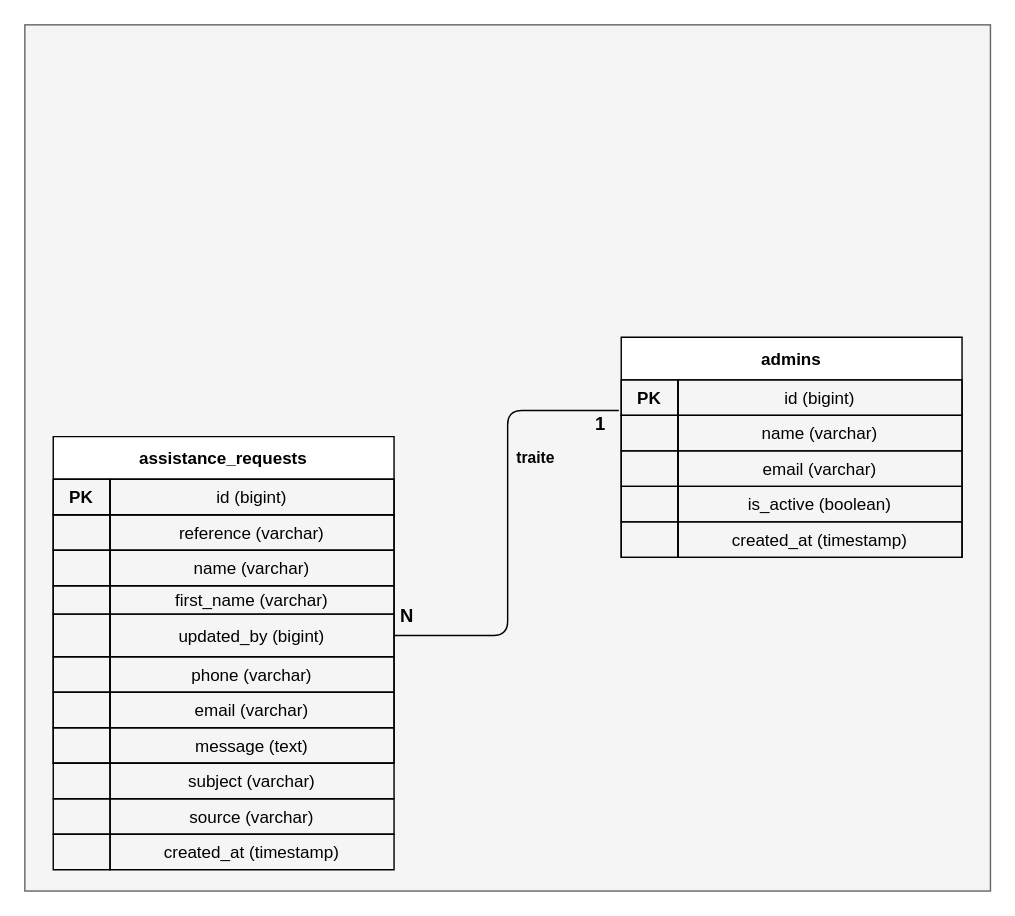
This is diagramme/sprint5/classe.drawio from salmaelheni/pfe-salma-ingenieur-rapport, a draw.io file, before an edit. Source tidied: cells renumbered, new cells numbered last; positions are measured from the earlier drawing's top-left corner, leaving out a move shared by most shapes. Both pictures are drawn from the tidied source at 142%, with x=0, y=0 at pixel (24, 24).
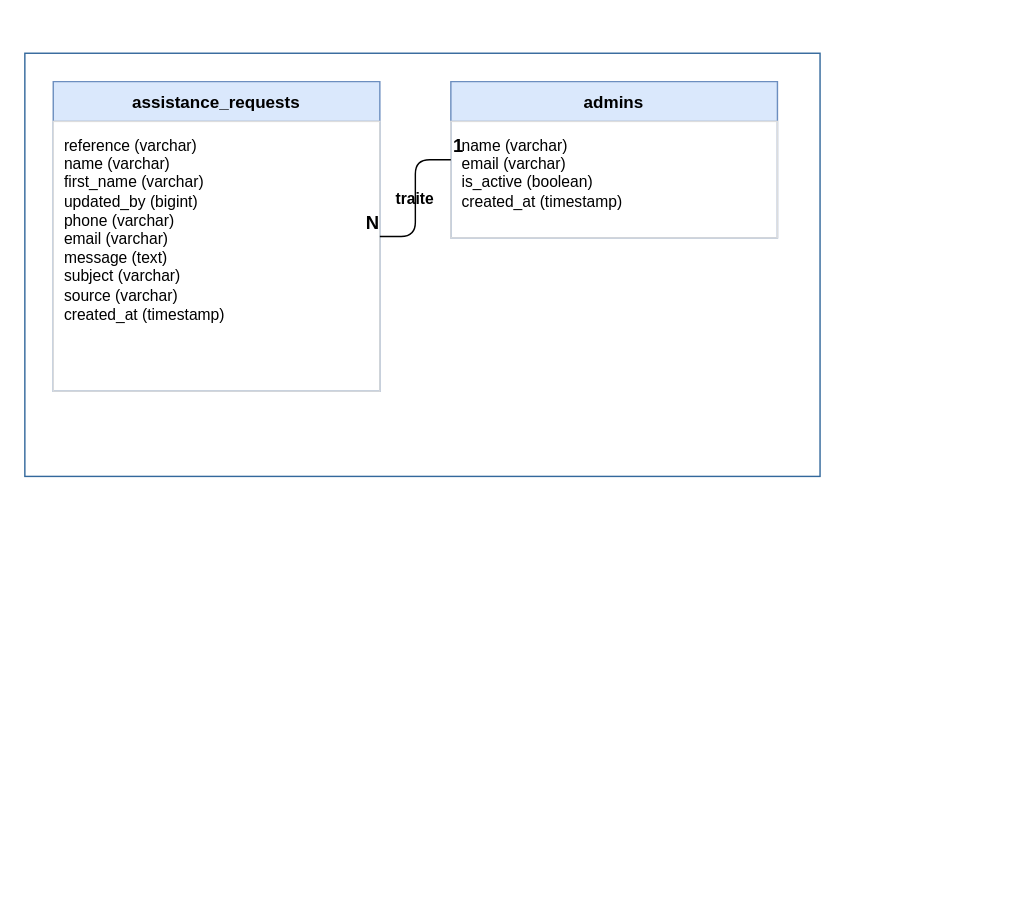
After the change.

The edit, as a diff of the source:
```diff
@@
-    <mxCell id="2" style="rounded=0;whiteSpace=wrap;html=1;fillColor=#f5f5f5;fontColor=#333333;strokeColor=#666666;" parent="1" vertex="1">
-      <mxGeometry width="680" height="610" as="geometry" />
-    </mxCell>
+    <mxCell id="54" style="rounded=0;whiteSpace=wrap;html=1;fillColor=#ffffff;strokeColor=#33689C;" parent="1" vertex="1">
+      <mxGeometry y="20" width="560" height="298" as="geometry" />
+    </mxCell>
+    <mxCell id="19" value="assistance_requests" style="shape=table;startSize=28;childLayout=tableLayout;fillColor=#dae8fc;strokeColor=#6c8ebf;fontStyle=1;fontSize=12;align=center;" parent="1" vertex="1">
+      <mxGeometry x="20" y="40" width="230" height="218" as="geometry" />
+    </mxCell>
+    <mxCell id="55" value="reference (varchar)&lt;br&gt;name (varchar)&lt;br&gt;first_name (varchar)&lt;br&gt;updated_by (bigint)&lt;br&gt;phone (varchar)&lt;br&gt;email (varchar)&lt;br&gt;message (text)&lt;br&gt;subject (varchar)&lt;br&gt;source (varchar)&lt;br&gt;created_at (timestamp)" style="text;html=1;strokeColor=#dddddd;fillColor=none;align=left;verticalAlign=top;spacingLeft=6;spacingTop=4;overflow=hidden;fontSize=11;" parent="19" vertex="1">
+      <mxGeometry y="28" width="230" height="190" as="geometry" />
+    </mxCell>
-    <mxCell id="3" value="admins" style="shape=table;startSize=30;childLayout=tableLayout;rowLines=0;fontStyle=1;align=center;labelBackgroundColor=none;" parent="1" vertex="1">
-      <mxGeometry x="420" y="220" width="240" height="155" as="geometry" />
+    <mxCell id="3" value="admins" style="shape=table;startSize=28;childLayout=tableLayout;fillColor=#dae8fc;strokeColor=#6c8ebf;fontStyle=1;fontSize=12;align=center;" parent="1" vertex="1">
+      <mxGeometry x="300" y="40" width="230" height="110" as="geometry" />
     </mxCell>
-    <mxCell id="4" style="shape=tableRow;horizontal=0;startSize=0;swimlaneHead=0;swimlaneBody=0;fillColor=none;points=[[0,0.5],[1,0.5]];portConstraint=eastwest;top=0;left=0;right=0;bottom=1;labelBackgroundColor=none;" parent="3" vertex="1">
-      <mxGeometry y="30" width="240" height="25" as="geometry" />
-    </mxCell>
-    <mxCell id="5" value="PK" style="shape=partialRectangle;fillColor=none;fontStyle=1;overflow=hidden;labelBackgroundColor=none;" parent="4" vertex="1">
-      <mxGeometry width="40" height="25" as="geometry" />
-    </mxCell>
-    <mxCell id="6" value="id (bigint)" style="shape=partialRectangle;fillColor=none;overflow=hidden;labelBackgroundColor=none;" parent="4" vertex="1">
-      <mxGeometry x="40" width="200" height="25" as="geometry" />
-    </mxCell>
-    <mxCell id="7" style="shape=tableRow;horizontal=0;startSize=0;swimlaneHead=0;swimlaneBody=0;fillColor=none;top=0;left=0;right=0;bottom=0;labelBackgroundColor=none;" parent="3" vertex="1">
-      <mxGeometry y="55" width="240" height="25" as="geometry" />
-    </mxCell>
-    <mxCell id="8" style="shape=partialRectangle;fillColor=none;overflow=hidden;labelBackgroundColor=none;" parent="7" vertex="1">
-      <mxGeometry width="40" height="25" as="geometry" />
-    </mxCell>
-    <mxCell id="9" value="name (varchar)" style="shape=partialRectangle;fillColor=none;overflow=hidden;labelBackgroundColor=none;" parent="7" vertex="1">
-      <mxGeometry x="40" width="200" height="25" as="geometry" />
-    </mxCell>
-    <mxCell id="10" style="shape=tableRow;horizontal=0;startSize=0;swimlaneHead=0;swimlaneBody=0;fillColor=none;top=0;left=0;right=0;bottom=0;labelBackgroundColor=none;" parent="3" vertex="1">
-      <mxGeometry y="80" width="240" height="25" as="geometry" />
-    </mxCell>
-    <mxCell id="11" style="shape=partialRectangle;fillColor=none;overflow=hidden;labelBackgroundColor=none;" parent="10" vertex="1">
-      <mxGeometry width="40" height="25" as="geometry" />
-    </mxCell>
-    <mxCell id="12" value="email (varchar)" style="shape=partialRectangle;fillColor=none;overflow=hidden;labelBackgroundColor=none;" parent="10" vertex="1">
-      <mxGeometry x="40" width="200" height="25" as="geometry" />
-    </mxCell>
-    <mxCell id="13" style="shape=tableRow;horizontal=0;startSize=0;swimlaneHead=0;swimlaneBody=0;fillColor=none;top=0;left=0;right=0;bottom=0;labelBackgroundColor=none;" parent="3" vertex="1">
-      <mxGeometry y="105" width="240" height="25" as="geometry" />
-    </mxCell>
-    <mxCell id="14" style="shape=partialRectangle;fillColor=none;overflow=hidden;labelBackgroundColor=none;" parent="13" vertex="1">
-      <mxGeometry width="40" height="25" as="geometry" />
-    </mxCell>
-    <mxCell id="15" value="is_active (boolean)" style="shape=partialRectangle;fillColor=none;overflow=hidden;labelBackgroundColor=none;" parent="13" vertex="1">
-      <mxGeometry x="40" width="200" height="25" as="geometry" />
-    </mxCell>
-    <mxCell id="16" style="shape=tableRow;horizontal=0;startSize=0;swimlaneHead=0;swimlaneBody=0;fillColor=none;top=0;left=0;right=0;bottom=0;labelBackgroundColor=none;" parent="3" vertex="1">
-      <mxGeometry y="130" width="240" height="25" as="geometry" />
-    </mxCell>
-    <mxCell id="17" style="shape=partialRectangle;fillColor=none;overflow=hidden;labelBackgroundColor=none;" parent="16" vertex="1">
-      <mxGeometry width="40" height="25" as="geometry" />
-    </mxCell>
-    <mxCell id="18" value="created_at (timestamp)" style="shape=partialRectangle;fillColor=none;overflow=hidden;labelBackgroundColor=none;" parent="16" vertex="1">
-      <mxGeometry x="40" width="200" height="25" as="geometry" />
-    </mxCell>
-    <mxCell id="19" value="assistance_requests" style="shape=table;startSize=30;childLayout=tableLayout;rowLines=0;fontStyle=1;align=center;labelBackgroundColor=none;" parent="1" vertex="1">
-      <mxGeometry x="20" y="290" width="240" height="230" as="geometry" />
-    </mxCell>
-    <mxCell id="20" style="shape=tableRow;horizontal=0;startSize=0;swimlaneHead=0;swimlaneBody=0;fillColor=none;top=0;left=0;right=0;bottom=1;labelBackgroundColor=none;" parent="19" vertex="1">
-      <mxGeometry y="30" width="240" height="25" as="geometry" />
-    </mxCell>
-    <mxCell id="21" value="PK" style="shape=partialRectangle;fillColor=none;fontStyle=1;overflow=hidden;labelBackgroundColor=none;" parent="20" vertex="1">
-      <mxGeometry width="40" height="25" as="geometry" />
-    </mxCell>
-    <mxCell id="22" value="id (bigint)" style="shape=partialRectangle;fillColor=none;overflow=hidden;labelBackgroundColor=none;" parent="20" vertex="1">
-      <mxGeometry x="40" width="200" height="25" as="geometry" />
-    </mxCell>
-    <mxCell id="23" style="shape=tableRow;horizontal=0;startSize=0;swimlaneHead=0;swimlaneBody=0;fillColor=none;top=0;left=0;right=0;bottom=0;labelBackgroundColor=none;" parent="19" vertex="1">
-      <mxGeometry y="55" width="240" height="25" as="geometry" />
-    </mxCell>
-    <mxCell id="24" style="shape=partialRectangle;fillColor=none;overflow=hidden;labelBackgroundColor=none;" parent="23" vertex="1">
-      <mxGeometry width="40" height="25" as="geometry" />
-    </mxCell>
-    <mxCell id="25" value="reference (varchar)" style="shape=partialRectangle;fillColor=none;overflow=hidden;labelBackgroundColor=none;" parent="23" vertex="1">
-      <mxGeometry x="40" width="200" height="25" as="geometry" />
-    </mxCell>
-    <mxCell id="26" style="shape=tableRow;horizontal=0;startSize=0;swimlaneHead=0;swimlaneBody=0;fillColor=none;top=0;left=0;right=0;bottom=0;labelBackgroundColor=none;" parent="19" vertex="1">
-      <mxGeometry y="80" width="240" height="25" as="geometry" />
-    </mxCell>
-    <mxCell id="27" style="shape=partialRectangle;fillColor=none;overflow=hidden;labelBackgroundColor=none;" parent="26" vertex="1">
-      <mxGeometry width="40" height="25" as="geometry" />
-    </mxCell>
-    <mxCell id="28" value="name (varchar)" style="shape=partialRectangle;fillColor=none;overflow=hidden;labelBackgroundColor=none;" parent="26" vertex="1">
-      <mxGeometry x="40" width="200" height="25" as="geometry" />
-    </mxCell>
-    <mxCell id="29" style="shape=tableRow;horizontal=0;startSize=0;swimlaneHead=0;swimlaneBody=0;fillColor=none;top=0;left=0;right=0;bottom=0;labelBackgroundColor=none;" parent="19" vertex="1">
-      <mxGeometry y="105" width="240" height="20" as="geometry" />
-    </mxCell>
-    <mxCell id="30" style="shape=partialRectangle;fillColor=none;overflow=hidden;labelBackgroundColor=none;" parent="29" vertex="1">
-      <mxGeometry width="40" height="20" as="geometry" />
-    </mxCell>
-    <mxCell id="31" value="first_name (varchar)" style="shape=partialRectangle;fillColor=none;overflow=hidden;labelBackgroundColor=none;" parent="29" vertex="1">
-      <mxGeometry x="40" width="200" height="20" as="geometry" />
-    </mxCell>
-    <mxCell id="32" style="shape=tableRow;horizontal=0;startSize=0;swimlaneHead=0;swimlaneBody=0;fillColor=none;points=[[0,0.5],[1,0.5]];portConstraint=eastwest;top=0;left=0;right=0;bottom=0;labelBackgroundColor=none;" parent="19" vertex="1">
-      <mxGeometry y="125" width="240" height="30" as="geometry" />
-    </mxCell>
-    <mxCell id="33" style="shape=partialRectangle;fillColor=none;overflow=hidden;labelBackgroundColor=none;" parent="32" vertex="1">
-      <mxGeometry width="40" height="30" as="geometry" />
-    </mxCell>
-    <mxCell id="34" value="updated_by (bigint)" style="shape=partialRectangle;fillColor=none;overflow=hidden;labelBackgroundColor=none;" parent="32" vertex="1">
-      <mxGeometry x="40" width="200" height="30" as="geometry" />
-    </mxCell>
-    <mxCell id="35" style="shape=tableRow;horizontal=0;startSize=0;swimlaneHead=0;swimlaneBody=0;fillColor=none;top=0;left=0;right=0;bottom=0;labelBackgroundColor=none;" parent="19" vertex="1">
-      <mxGeometry y="155" width="240" height="25" as="geometry" />
-    </mxCell>
-    <mxCell id="36" style="shape=partialRectangle;fillColor=none;overflow=hidden;labelBackgroundColor=none;" parent="35" vertex="1">
-      <mxGeometry width="40" height="25" as="geometry" />
-    </mxCell>
-    <mxCell id="37" value="phone (varchar)" style="shape=partialRectangle;fillColor=none;overflow=hidden;labelBackgroundColor=none;" parent="35" vertex="1">
-      <mxGeometry x="40" width="200" height="25" as="geometry" />
-    </mxCell>
-    <mxCell id="38" style="shape=tableRow;horizontal=0;startSize=0;swimlaneHead=0;swimlaneBody=0;fillColor=none;top=0;left=0;right=0;bottom=0;labelBackgroundColor=none;" parent="19" vertex="1">
-      <mxGeometry y="180" width="240" height="25" as="geometry" />
-    </mxCell>
-    <mxCell id="39" style="shape=partialRectangle;fillColor=none;overflow=hidden;labelBackgroundColor=none;" parent="38" vertex="1">
-      <mxGeometry width="40" height="25" as="geometry" />
-    </mxCell>
-    <mxCell id="40" value="email (varchar)" style="shape=partialRectangle;fillColor=none;overflow=hidden;labelBackgroundColor=none;" parent="38" vertex="1">
-      <mxGeometry x="40" width="200" height="25" as="geometry" />
-    </mxCell>
-    <mxCell id="41" style="shape=tableRow;horizontal=0;startSize=0;swimlaneHead=0;swimlaneBody=0;fillColor=none;top=0;left=0;right=0;bottom=0;labelBackgroundColor=none;" parent="19" vertex="1">
-      <mxGeometry y="205" width="240" height="25" as="geometry" />
-    </mxCell>
-    <mxCell id="42" style="shape=partialRectangle;fillColor=none;overflow=hidden;labelBackgroundColor=none;" parent="41" vertex="1">
-      <mxGeometry width="40" height="25" as="geometry" />
-    </mxCell>
-    <mxCell id="43" value="message (text)" style="shape=partialRectangle;fillColor=none;overflow=hidden;labelBackgroundColor=none;" parent="41" vertex="1">
-      <mxGeometry x="40" width="200" height="25" as="geometry" />
-    </mxCell>
-    <mxCell id="44" style="shape=partialRectangle;fillColor=none;overflow=hidden;labelBackgroundColor=none;" parent="1" vertex="1">
-      <mxGeometry x="20" y="520" width="40" height="25" as="geometry" />
-    </mxCell>
-    <mxCell id="45" value="subject (varchar)" style="shape=partialRectangle;fillColor=none;overflow=hidden;labelBackgroundColor=none;" parent="1" vertex="1">
-      <mxGeometry x="60" y="520" width="200" height="25" as="geometry" />
-    </mxCell>
-    <mxCell id="46" style="shape=partialRectangle;fillColor=none;overflow=hidden;labelBackgroundColor=none;" parent="1" vertex="1">
-      <mxGeometry x="20" y="545" width="40" height="25" as="geometry" />
-    </mxCell>
-    <mxCell id="47" value="source (varchar)" style="shape=partialRectangle;fillColor=none;overflow=hidden;labelBackgroundColor=none;" parent="1" vertex="1">
-      <mxGeometry x="60" y="545" width="200" height="25" as="geometry" />
-    </mxCell>
-    <mxCell id="48" style="edgeStyle=orthogonalEdgeStyle;rounded=1;jettySize=auto;html=1;entryX=1;entryY=0.5;entryDx=0;entryDy=0;endArrow=none;endFill=0;curved=0;exitX=-0.007;exitY=0.864;exitDx=0;exitDy=0;exitPerimeter=0;" parent="1" edge="1" source="4" target="32">
-      <mxGeometry relative="1" as="geometry" />
-    </mxCell>
+    <mxCell id="56" value="name (varchar)&lt;br&gt;email (varchar)&lt;br&gt;is_active (boolean)&lt;br&gt;created_at (timestamp)" style="text;html=1;strokeColor=#dddddd;fillColor=none;align=left;verticalAlign=top;spacingLeft=6;spacingTop=4;overflow=hidden;fontSize=11;" parent="3" vertex="1">
+      <mxGeometry y="28" width="230" height="82" as="geometry" />
+    </mxCell>
-    <mxCell id="49" value="&lt;span style=&quot;font-size: 11px; text-wrap-mode: nowrap;&quot;&gt;&lt;b&gt;traite&lt;/b&gt;&lt;/span&gt;" style="text;html=1;whiteSpace=wrap;strokeColor=none;fillColor=none;align=center;verticalAlign=middle;rounded=0;" parent="1" vertex="1">
-      <mxGeometry x="330" y="290" width="60" height="30" as="geometry" />
+    <mxCell id="49" value="traite" style="edgeStyle=orthogonalEdgeStyle;endArrow=none;startArrow=none;fontSize=11;fontStyle=1;labelBackgroundColor=none;fontColor=default;" parent="1" edge="1" source="3" target="19">
+      <mxGeometry relative="1" as="geometry" />
     </mxCell>
+    <mxCell id="51" value="1" style="html=1;align=left;verticalAlign=bottom;labelBackgroundColor=none;fontSize=13;fontStyle=1;" parent="49" vertex="1">
+      <mxGeometry x="-1" relative="1" as="geometry" />
+    </mxCell>
-    <mxCell id="50" value="N" style="html=1;align=right;verticalAlign=bottom;labelBackgroundColor=none;fontSize=13;fontStyle=1;" parent="1" vertex="1">
-      <mxGeometry x="276" y="410" as="geometry">
-        <mxPoint x="-2" y="16" as="offset" />
-      </mxGeometry>
+    <mxCell id="50" value="N" style="html=1;align=right;verticalAlign=bottom;labelBackgroundColor=none;fontSize=13;fontStyle=1;" parent="49" vertex="1">
+      <mxGeometry x="1" relative="1" as="geometry" />
     </mxCell>
-    <mxCell id="51" value="1" style="html=1;align=left;verticalAlign=bottom;labelBackgroundColor=none;fontSize=13;fontStyle=1;" parent="1" vertex="1">
-      <mxGeometry x="414" y="303" as="geometry">
-        <mxPoint x="-14" y="-12" as="offset" />
-      </mxGeometry>
-    </mxCell>
-    <mxCell id="52" style="shape=partialRectangle;fillColor=none;overflow=hidden;labelBackgroundColor=none;" parent="1" vertex="1">
-      <mxGeometry x="20" y="570" width="40" height="25" as="geometry" />
-    </mxCell>
-    <mxCell id="53" value="created_at (timestamp)" style="shape=partialRectangle;fillColor=none;overflow=hidden;labelBackgroundColor=none;" parent="1" vertex="1">
-      <mxGeometry x="60" y="570" width="200" height="25" as="geometry" />
-    </mxCell>
```
